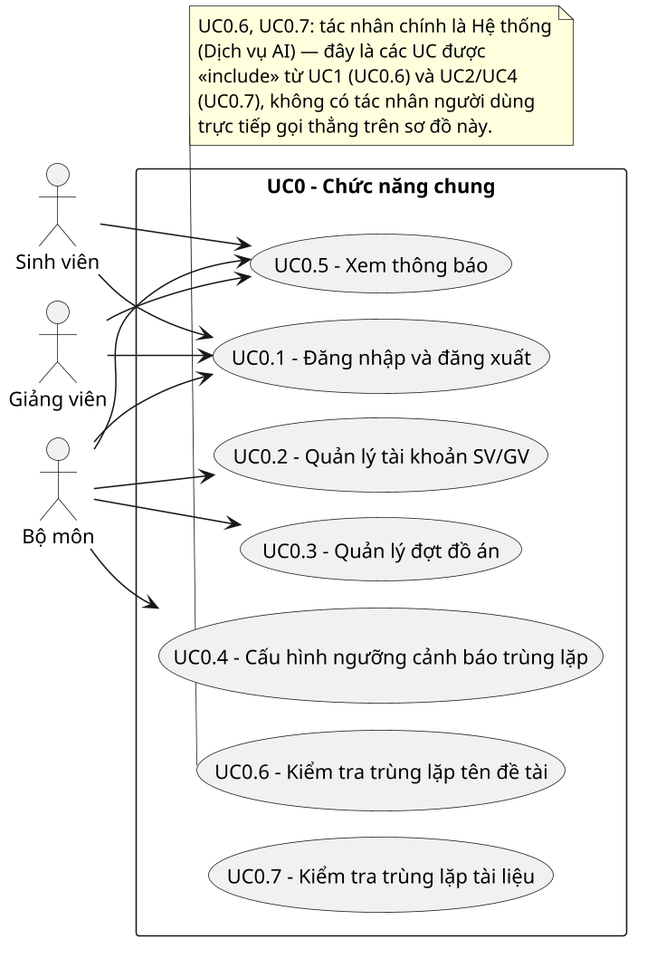
This is docs/chuong-2-khao-sat-phan-tich/uc/uc0-chuc-nang-chung.png from dtc235200036-alt/ICTU-DATN-NguyenThiMaiAnh, a PlantUML export, as it was before one commit.
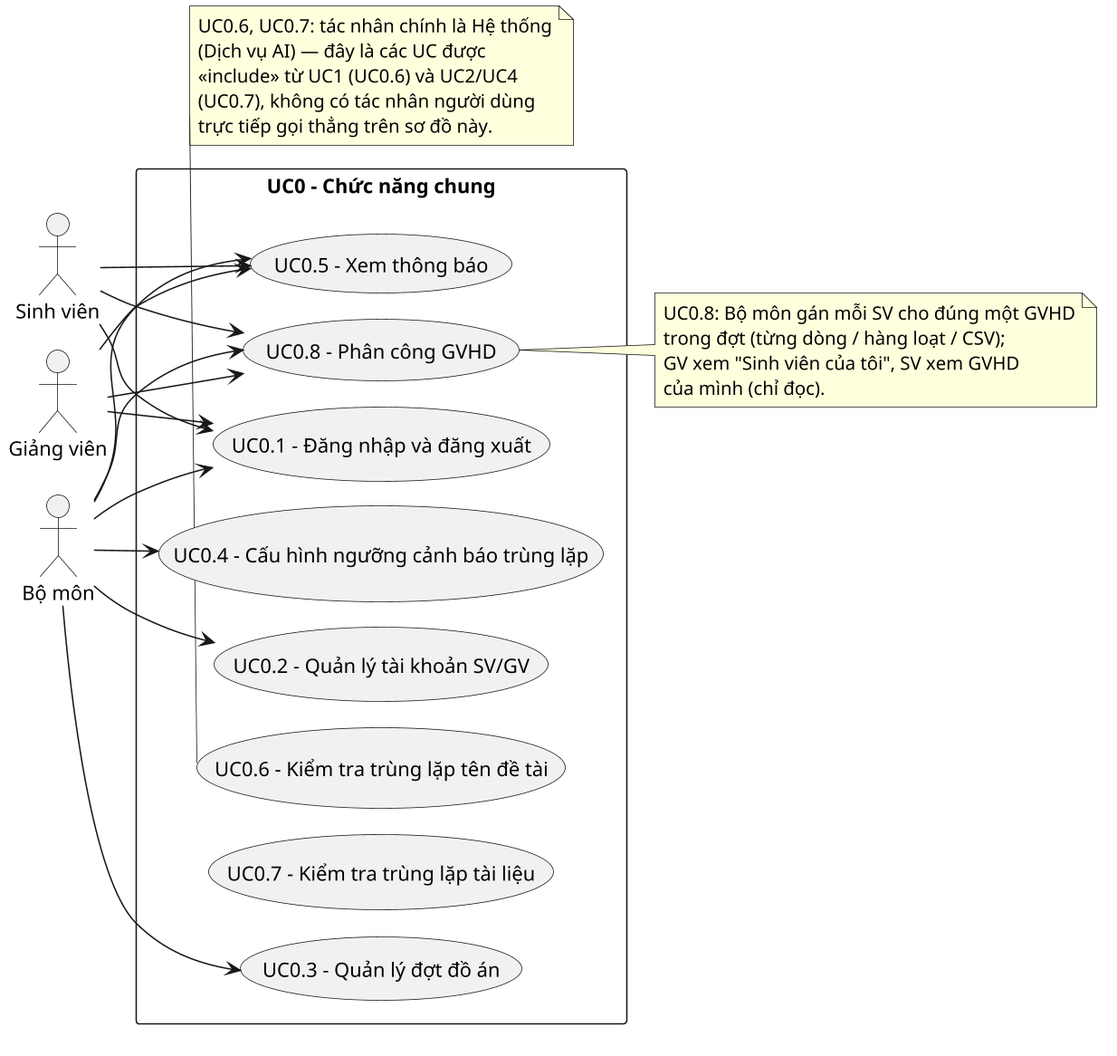
The same file after the commit.

What changed in the source:
```diff
@@ -20,6 +20,7 @@
   usecase "UC0.5 - Xem thông báo" as UC0_5
   usecase "UC0.6 - Kiểm tra trùng lặp tên đề tài" as UC0_6
   usecase "UC0.7 - Kiểm tra trùng lặp tài liệu" as UC0_7
+  usecase "UC0.8 - Phân công GVHD" as UC0_8
 }
 
 SV --> UC0_1
@@ -29,6 +30,9 @@
 BM --> UC0_2
 BM --> UC0_3
 BM --> UC0_4
+BM --> UC0_8
+GV --> UC0_8
+SV --> UC0_8
 
 SV --> UC0_5
 GV --> UC0_5
@@ -41,4 +45,10 @@
   (UC0.7), không có tác nhân người dùng
   trực tiếp gọi thẳng trên sơ đồ này.
 end note
+note right of UC0_8
+  UC0.8: Bộ môn gán mỗi SV cho đúng một GVHD
+  trong đợt (từng dòng / hàng loạt / CSV);
+  GV xem "Sinh viên của tôi", SV xem GVHD
+  của mình (chỉ đọc).
+end note
 @enduml
```
